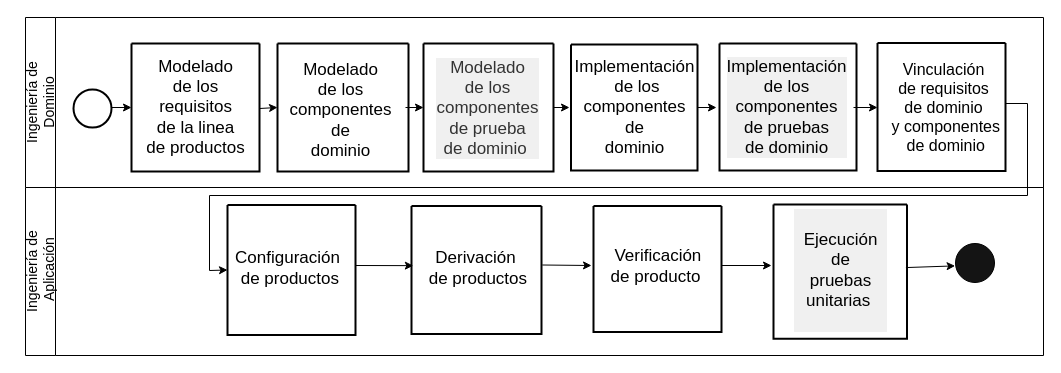
Above: ScreenShots/FragOP.drawio in troyano13/UnitTestingLPS (draw.io), before the change. Source tidied: cells renumbered, new cells numbered last; positions are measured from the earlier drawing's top-left corner, leaving out a move shared by most shapes. Both pictures are drawn from the tidied source at 100%, with x=0, y=0 at pixel (25, 17).
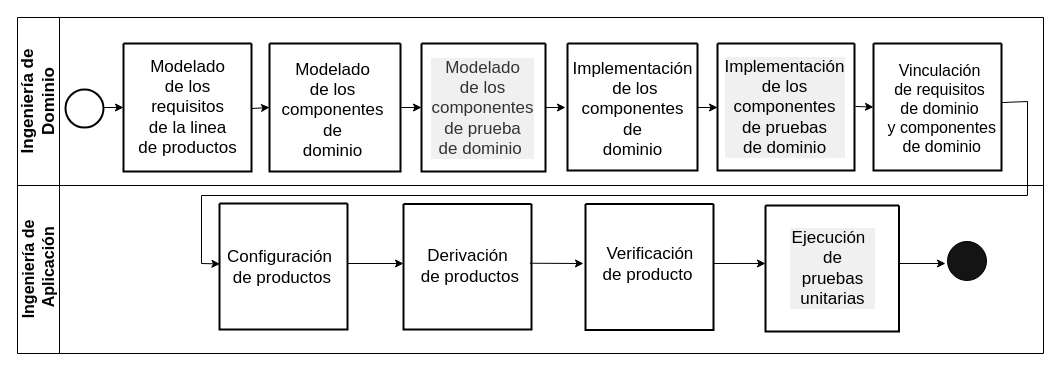
The same page after the edit.

Unchanged cells that the change refers to:
```xml
<mxCell id="17" value="&lt;font style=&quot;font-size: 17px;&quot;&gt;Implementación &lt;br&gt;de los&lt;br&gt;componentes&lt;br&gt;de pruebas&lt;br&gt;de dominio&lt;br&gt;&lt;/font&gt;" style="text;html=1;align=center;verticalAlign=middle;points=[];strokeColor=none;fillColor=none;fillStyle=solid;gradientColor=none;shadow=0;labelBackgroundColor=#F0F0F0;" parent="16" vertex="1">
  <mxGeometry x="-3" y="6" width="140" height="116" as="geometry" />
</mxCell>
<mxCell id="30" style="ellipse;whiteSpace=wrap;html=1;fillStyle=solid;fillColor=#141414;" parent="22" vertex="1">
  <mxGeometry x="930" y="56" width="39" height="39" as="geometry" />
</mxCell>
<mxCell id="32" value="&lt;font style=&quot;font-size: 17px;&quot;&gt;Configuración&lt;br&gt;&amp;nbsp;de productos&lt;/font&gt;" style="text;html=1;align=center;verticalAlign=middle;points=[];strokeColor=none;fillColor=none;" parent="31" vertex="1">
  <mxGeometry x="-2" y="36.5" width="124" height="54" as="geometry" />
</mxCell>
```

Diff of the diagram source:
```diff
@@
-    <mxCell id="2" value="&lt;span style=&quot;font-weight: normal; font-size: 14px;&quot;&gt;Ingeniería de&lt;br&gt;Dominio&lt;/span&gt;" style="swimlane;horizontal=0;whiteSpace=wrap;html=1;startSize=30;strokeColor=default;strokeWidth=1;fillColor=none;labelBackgroundColor=none;" parent="1" vertex="1">
-      <mxGeometry width="1018" height="170" as="geometry" />
+    <mxCell id="2" value="&lt;font style=&quot;font-size: 17px;&quot;&gt;Ingeniería de&lt;br style=&quot;border-color: var(--border-color);&quot;&gt;Dominio&lt;/font&gt;" style="swimlane;horizontal=0;whiteSpace=wrap;html=1;startSize=42;strokeColor=default;strokeWidth=1;fillColor=default;labelBackgroundColor=none;align=center;" parent="1" vertex="1">
+      <mxGeometry x="-8" width="1026" height="168" as="geometry" />
     </mxCell>
@@
     <mxCell id="9" style="swimlane;startSize=0;strokeWidth=2;" parent="2" vertex="1">
-      <mxGeometry x="545.5" y="27" width="126.5" height="126" as="geometry" />
+      <mxGeometry x="550" y="26" width="130" height="127" as="geometry" />
     </mxCell>
     <mxCell id="10" value="&lt;font style=&quot;font-size: 17px;&quot;&gt;Implementación&lt;br&gt;&amp;nbsp;de los&lt;br&gt;componentes&lt;br&gt;de&lt;br&gt;dominio&lt;br&gt;&lt;/font&gt;" style="text;html=1;align=center;verticalAlign=middle;strokeColor=none;fillColor=none;" parent="9" vertex="1">
-      <mxGeometry x="-7" y="4.5" width="140" height="116" as="geometry" />
+      <mxGeometry x="-5" y="8" width="140" height="116" as="geometry" />
     </mxCell>
-    <mxCell id="11" style="endArrow=classic;html=1;rounded=0;" parent="9" edge="1" target="17">
-      <mxGeometry relative="1" as="geometry">
-        <mxPoint x="126.5" y="63" as="sourcePoint" />
-      </mxGeometry>
-    </mxCell>
+    <mxCell id="37" style="endArrow=classic;html=1;rounded=0;" parent="9" edge="1">
+      <mxGeometry relative="1" as="geometry">
+        <mxPoint x="130" y="64" as="sourcePoint" />
+        <mxPoint x="150" y="64" as="targetPoint" />
+      </mxGeometry>
+    </mxCell>
     <mxCell id="12" style="swimlane;startSize=0;strokeWidth=2;fillColor=#d5e8d4;fillStyle=solid;strokeColor=#000000;swimlaneLine=1;" parent="2" vertex="1">
-      <mxGeometry x="398" y="26" width="130" height="128" as="geometry" />
+      <mxGeometry x="404" y="26" width="124" height="128" as="geometry" />
     </mxCell>
     <mxCell id="13" value="&lt;font style=&quot;font-size: 17px;&quot;&gt;Modelado&lt;br&gt;de los&lt;br&gt;componentes&lt;br&gt;de prueba&lt;br&gt;de dominio&amp;nbsp;&lt;br&gt;&lt;/font&gt;" style="text;html=1;align=center;verticalAlign=middle;strokeColor=none;fillColor=none;fontColor=#333333;strokeWidth=0;fillStyle=solid;labelBackgroundColor=#F0F0F0;" parent="12" vertex="1">
-      <mxGeometry x="3" y="6.5" width="122" height="116" as="geometry" />
+      <mxGeometry y="7" width="122" height="116" as="geometry" />
     </mxCell>
     <mxCell id="14" style="swimlane;startSize=0;strokeWidth=2;fillColor=#5162D0;swimlaneLine=1;overflow=fill;fillStyle=zigzag-line;" parent="2" vertex="1">
-      <mxGeometry x="852" y="25.5" width="128" height="128" as="geometry" />
+      <mxGeometry x="856" y="26" width="128" height="127" as="geometry" />
     </mxCell>
@@
     <mxCell id="16" style="swimlane;startSize=0;strokeWidth=2;fillColor=none;fontColor=#333333;strokeColor=#000000;fillStyle=solid;swimlaneFillColor=none;gradientColor=none;labelBackgroundColor=#E3E3E3;" parent="2" vertex="1">
-      <mxGeometry x="694" y="26" width="137" height="127" as="geometry" />
+      <mxGeometry x="700" y="26" width="137" height="127" as="geometry" />
     </mxCell>
@@
     <mxCell id="19" style="endArrow=classic;html=1;rounded=0;entryX=0;entryY=0.5;entryDx=0;entryDy=0;" parent="2" edge="1" target="12">
       <mxGeometry relative="1" as="geometry">
-        <mxPoint x="380" y="90" as="sourcePoint" />
+        <mxPoint x="384" y="90" as="sourcePoint" />
       </mxGeometry>
     </mxCell>
     <mxCell id="20" style="endArrow=classic;html=1;rounded=0;exitX=1;exitY=0.5;exitDx=0;exitDy=0;" parent="2" edge="1" source="12">
       <mxGeometry relative="1" as="geometry">
-        <mxPoint x="544" y="90" as="targetPoint" />
+        <mxPoint x="548" y="90" as="targetPoint" />
       </mxGeometry>
     </mxCell>
-    <mxCell id="21" style="endArrow=classic;html=1;rounded=0;" parent="2" edge="1">
+    <mxCell id="21" style="endArrow=classic;html=1;rounded=0;entryX=0;entryY=0.5;entryDx=0;entryDy=0;" parent="2" edge="1" target="14">
       <mxGeometry relative="1" as="geometry">
-        <mxPoint x="828" y="90" as="sourcePoint" />
-        <mxPoint x="852" y="90" as="targetPoint" />
+        <mxPoint x="838" y="89" as="sourcePoint" />
       </mxGeometry>
     </mxCell>
-    <mxCell id="22" value="&lt;span style=&quot;font-weight: normal; font-size: 14px;&quot;&gt;Ingeniería de&lt;br&gt;&amp;nbsp;Aplicación&lt;/span&gt;" style="swimlane;horizontal=0;whiteSpace=wrap;html=1;startSize=30;labelBackgroundColor=none;" parent="1" vertex="1">
-      <mxGeometry y="170" width="1018" height="168" as="geometry" />
+    <mxCell id="22" value="&lt;span style=&quot;font-size: 16px;&quot;&gt;Ingeniería de&lt;br&gt;&amp;nbsp;Aplicación&lt;/span&gt;" style="swimlane;horizontal=0;whiteSpace=wrap;html=1;startSize=42;labelBackgroundColor=none;" parent="1" vertex="1">
+      <mxGeometry x="-8" y="168" width="1026" height="168" as="geometry" />
     </mxCell>
     <mxCell id="23" style="swimlane;startSize=0;strokeWidth=2;" parent="22" vertex="1">
-      <mxGeometry x="386" y="18.5" width="130" height="128" as="geometry" />
+      <mxGeometry x="386" y="18.5" width="128" height="125.5" as="geometry" />
     </mxCell>
@@
-    <mxCell id="25" style="endArrow=classic;html=1;rounded=0;exitX=1.006;exitY=0.461;exitDx=0;exitDy=0;exitPerimeter=0;" parent="23" edge="1" source="23">
-      <mxGeometry relative="1" as="geometry">
-        <mxPoint x="180" y="59.5" as="targetPoint" />
-      </mxGeometry>
-    </mxCell>
@@
     <mxCell id="28" style="swimlane;startSize=0;strokeWidth=2;fillColor=#63FF7D;" parent="22" vertex="1">
-      <mxGeometry x="748" y="17" width="133.5" height="134.2" as="geometry" />
+      <mxGeometry x="748" y="20" width="133.5" height="126" as="geometry" />
     </mxCell>
-    <mxCell id="29" value="&lt;font style=&quot;font-size: 17px;&quot;&gt;&lt;font style=&quot;font-size: 17px;&quot;&gt;&lt;br&gt;&amp;nbsp; Ejecución&amp;nbsp;&amp;nbsp;&lt;br&gt;de&lt;br&gt;pruebas&lt;br&gt;unitarias&amp;nbsp;&lt;br&gt;&lt;br&gt;&lt;/font&gt;&lt;/font&gt;" style="text;html=1;align=center;verticalAlign=middle;strokeColor=none;fillColor=none;gradientColor=none;opacity=0;labelBackgroundColor=#F0F0F0;" parent="28" vertex="1">
-      <mxGeometry x="10.8" y="-1.8" width="112" height="136" as="geometry" />
+    <mxCell id="29" value="&lt;font style=&quot;font-size: 17px;&quot;&gt;&lt;font style=&quot;font-size: 17px;&quot;&gt;&lt;font style=&quot;font-size: 5px;&quot;&gt;&amp;nbsp;&lt;/font&gt;&lt;span style=&quot;font-size: 17px;&quot;&gt;Ejecución&amp;nbsp;&amp;nbsp;&lt;/span&gt;&lt;br&gt;&lt;span style=&quot;font-size: 17px;&quot;&gt;de&lt;/span&gt;&lt;br&gt;&lt;span style=&quot;font-size: 17px;&quot;&gt;pruebas&lt;/span&gt;&lt;br&gt;&lt;span style=&quot;&quot;&gt;unitarias&lt;/span&gt;&lt;br&gt;&lt;/font&gt;&lt;/font&gt;" style="text;html=1;align=center;verticalAlign=middle;strokeColor=none;fillColor=none;gradientColor=none;opacity=0;labelBackgroundColor=#F0F0F0;" parent="28" vertex="1">
+      <mxGeometry x="14.8" y="15" width="104" height="96" as="geometry" />
     </mxCell>
@@
     <mxCell id="31" style="swimlane;startSize=0;strokeWidth=2;" parent="22" vertex="1">
-      <mxGeometry x="202" y="17.5" width="128" height="130" as="geometry" />
+      <mxGeometry x="202" y="18" width="128" height="126" as="geometry" />
     </mxCell>
@@
-    <mxCell id="33" style="endArrow=classic;html=1;rounded=0;entryX=0.014;entryY=0.466;entryDx=0;entryDy=0;entryPerimeter=0;" parent="31" edge="1" target="23">
-      <mxGeometry relative="1" as="geometry">
-        <mxPoint x="128" y="60.5" as="sourcePoint" />
-      </mxGeometry>
-    </mxCell>
-    <mxCell id="34" style="endArrow=classic;html=1;rounded=0;" parent="22" edge="1">
+    <mxCell id="34" style="endArrow=classic;html=1;rounded=0;entryX=0;entryY=0.46;entryDx=0;entryDy=0;entryPerimeter=0;" parent="22" edge="1" target="28">
       <mxGeometry relative="1" as="geometry">
         <mxPoint x="696" y="78" as="sourcePoint" />
-        <mxPoint x="746" y="78" as="targetPoint" />
       </mxGeometry>
     </mxCell>
-    <mxCell id="35" style="endArrow=classic;html=1;rounded=0;entryX=-0.01;entryY=0.574;entryDx=0;entryDy=0;entryPerimeter=0;exitX=0.992;exitY=0.47;exitDx=0;exitDy=0;exitPerimeter=0;" parent="22" edge="1" source="28" target="30">
-      <mxGeometry relative="1" as="geometry" />
-    </mxCell>
+    <mxCell id="38" style="endArrow=classic;html=1;rounded=0;exitX=0.987;exitY=0.472;exitDx=0;exitDy=0;exitPerimeter=0;" parent="22" edge="1" source="23">
+      <mxGeometry relative="1" as="geometry">
+        <mxPoint x="566" y="78" as="targetPoint" />
+      </mxGeometry>
+    </mxCell>
+    <mxCell id="39" style="endArrow=classic;html=1;rounded=0;entryX=0;entryY=0.474;entryDx=0;entryDy=0;entryPerimeter=0;" parent="22" edge="1" target="23">
+      <mxGeometry relative="1" as="geometry">
+        <mxPoint x="330" y="78" as="sourcePoint" />
+      </mxGeometry>
+    </mxCell>
+    <mxCell id="40" style="endArrow=classic;html=1;rounded=0;" parent="22" edge="1">
+      <mxGeometry relative="1" as="geometry">
+        <mxPoint x="882" y="78" as="sourcePoint" />
+        <mxPoint x="928" y="78" as="targetPoint" />
+      </mxGeometry>
+    </mxCell>
-    <mxCell id="36" style="endArrow=classic;html=1;rounded=0;entryX=0;entryY=0.5;entryDx=0;entryDy=0;" parent="1" edge="1" target="31">
+    <mxCell id="36" style="endArrow=classic;html=1;rounded=0;exitX=1.006;exitY=0.465;exitDx=0;exitDy=0;exitPerimeter=0;entryX=0.02;entryY=0.444;entryDx=0;entryDy=0;entryPerimeter=0;" parent="1" edge="1" source="14" target="32">
       <mxGeometry relative="1" as="geometry">
-        <mxPoint x="980" y="86" as="sourcePoint" />
         <Array as="points">
-          <mxPoint x="1002" y="86" />
+          <mxPoint x="1002" y="84" />
           <mxPoint x="1002" y="178" />
-          <mxPoint x="184" y="178" />
-          <mxPoint x="184" y="253" />
+          <mxPoint x="176" y="178" />
+          <mxPoint x="176" y="246" />
         </Array>
       </mxGeometry>
     </mxCell>
```
